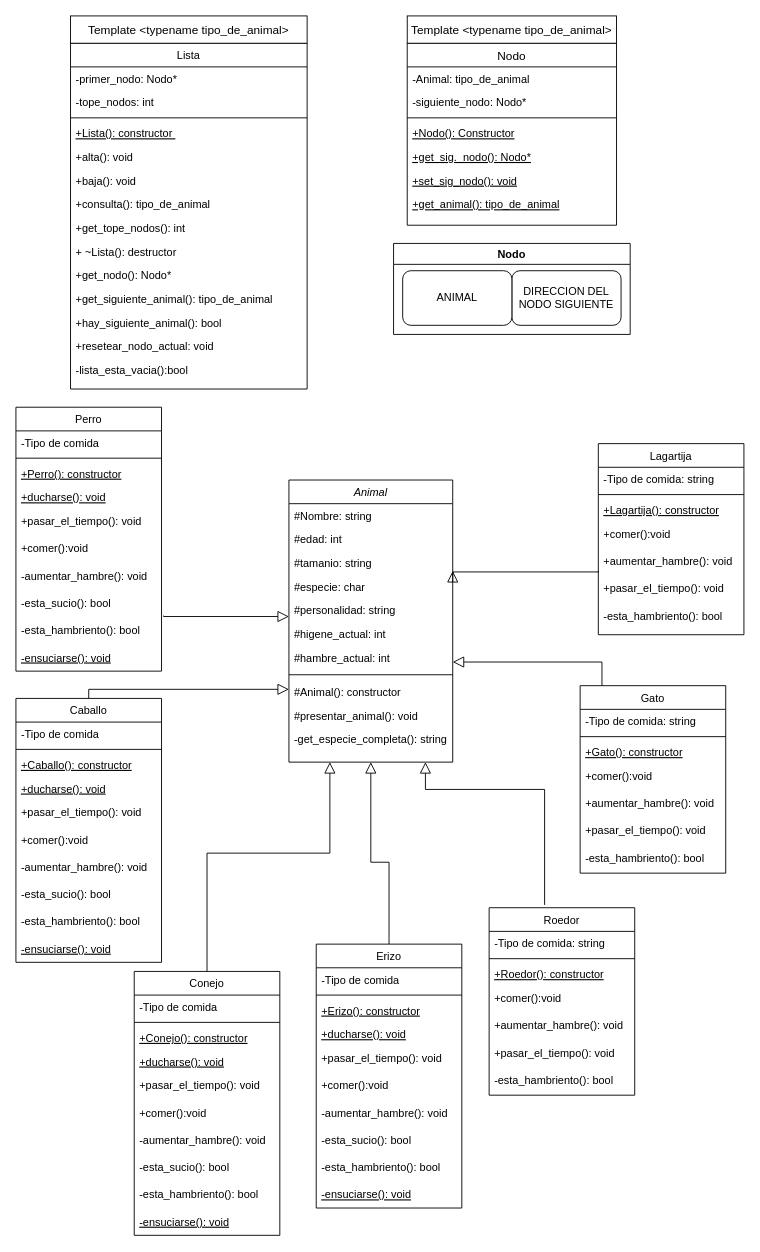
Above: tp2_clases.drawio in gmenendez0/reserva_soniada (draw.io), before the change. Source tidied: cells renumbered, new cells numbered last; positions are measured from the earlier drawing's top-left corner, leaving out a move shared by most shapes. Both pictures are drawn from the tidied source at 91%, with x=0, y=0 at pixel (15, 15).
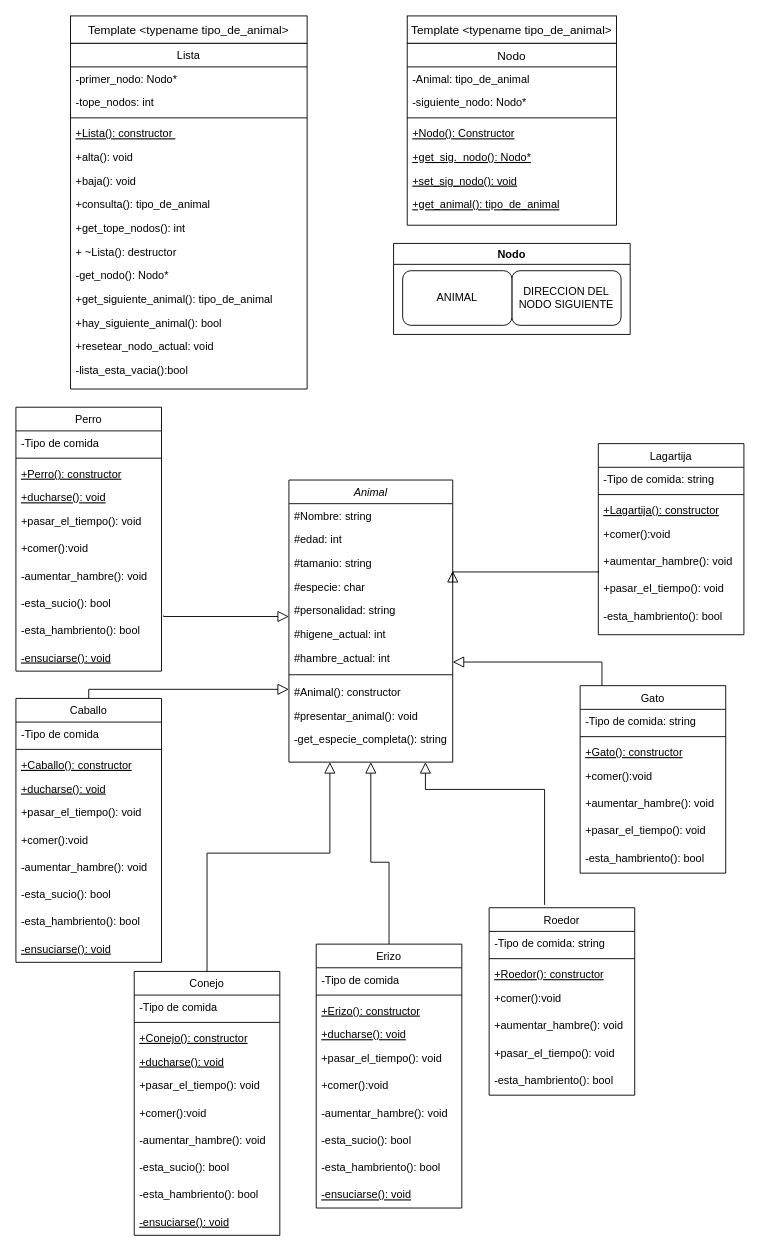
Above is the later version.

Unchanged cells that the change refers to:
```xml
<mxCell id="67" value="Lista" style="swimlane;fontStyle=0;align=center;verticalAlign=top;horizontal=1;startSize=26;rounded=0;shadow=0;strokeWidth=1;" parent="1" vertex="1">
  <mxGeometry x="60" y="30" width="260" height="380" as="geometry" />
</mxCell>
```

Change to the diagram source:
```diff
@@
-    <mxCell id="77" value="+get_nodo(): Nodo*" style="text;align=left;verticalAlign=top;spacingLeft=4;spacingRight=4;overflow=hidden;" parent="67" vertex="1">
+    <mxCell id="77" value="-get_nodo(): Nodo*" style="text;align=left;verticalAlign=top;spacingLeft=4;spacingRight=4;overflow=hidden;" parent="67" vertex="1">
       <mxGeometry y="242" width="260" height="26" as="geometry" />
     </mxCell>
```
